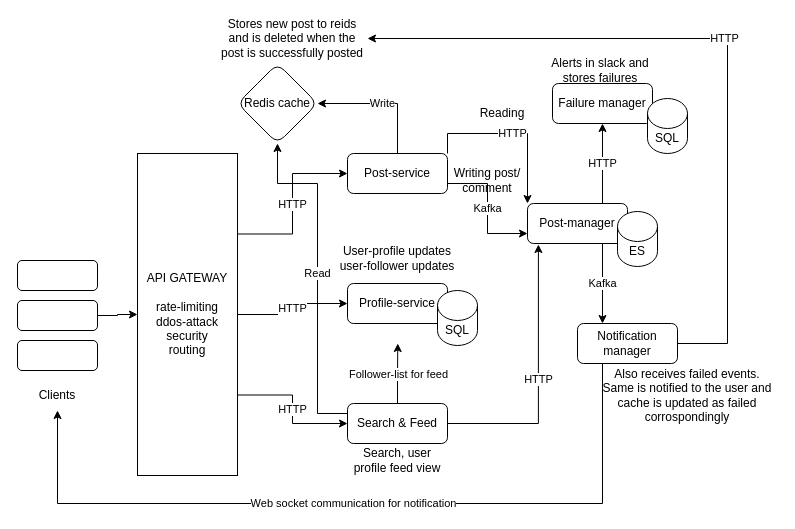
harirehm/draw.io keeps this draw.io diagram as drawings/x.com/new/x.com.drawio. Above is the earlier version. Source tidied: cells renumbered, new cells numbered last; positions are measured from the earlier drawing's top-left corner, leaving out a move shared by most shapes. Both pictures are drawn from the tidied source at 100%, with x=0, y=0 at pixel (17, 23).
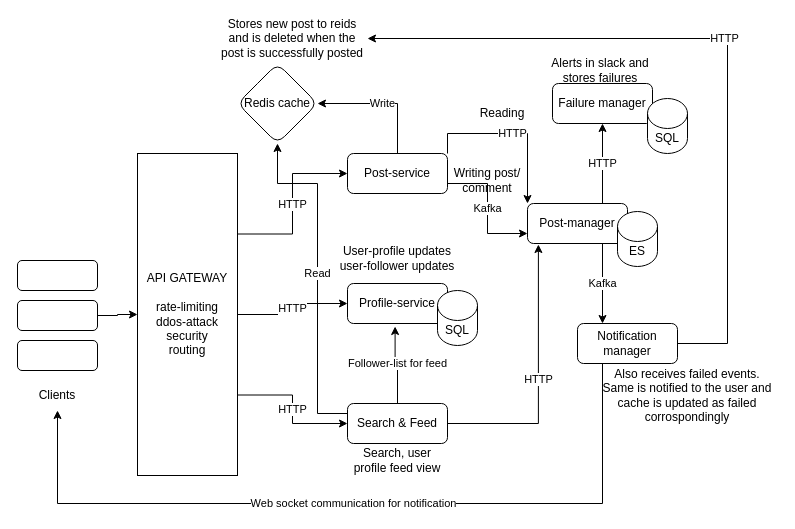
The same diagram, later.

The change refers to these unchanged cells:
```xml
<mxCell id="19" value="Profile&lt;span style=&quot;background-color: transparent; color: light-dark(rgb(0, 0, 0), rgb(255, 255, 255));&quot;&gt;-service&lt;/span&gt;" style="rounded=1;whiteSpace=wrap;html=1;" parent="1" vertex="1">
  <mxGeometry x="330" y="260" width="100" height="40" as="geometry" />
</mxCell>
<mxCell id="24" value="Search &amp;amp; Feed" style="rounded=1;whiteSpace=wrap;html=1;" parent="1" vertex="1">
  <mxGeometry x="330" y="380" width="100" height="40" as="geometry" />
</mxCell>
```

The edit, as a diff of the source:
```diff
@@
-    <mxCell id="22" value="Follower-list for feed" style="edgeStyle=orthogonalEdgeStyle;rounded=0;jettySize=auto;html=1;exitX=0.5;exitY=0;exitDx=0;exitDy=0;" parent="1" edge="1" source="24">
-      <mxGeometry relative="1" as="geometry">
-        <mxPoint x="380.3" y="320" as="targetPoint" />
-      </mxGeometry>
+    <mxCell id="22" value="Follower-list for feed" style="edgeStyle=orthogonalEdgeStyle;rounded=0;jettySize=auto;html=1;exitX=0.5;exitY=0;exitDx=0;exitDy=0;entryX=0.476;entryY=1.075;entryDx=0;entryDy=0;entryPerimeter=0;" parent="1" edge="1" source="24" target="19">
+      <mxGeometry relative="1" as="geometry" />
     </mxCell>
```
